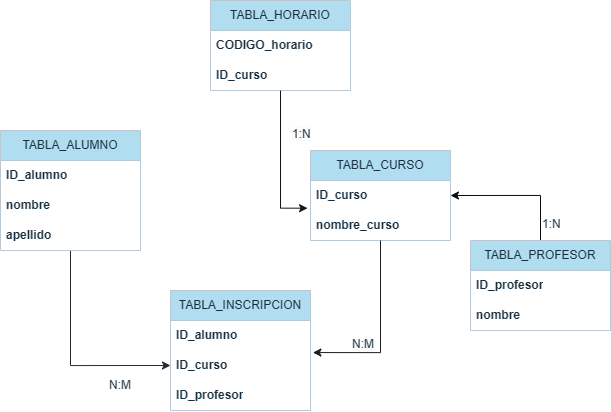
This is hecho/Diagrama sin título.drawio.png from royaleclash/apuntes, a draw.io export, as it was before one commit. Source tidied: cells renumbered, new cells last; positions are measured from the earlier drawing's top-left corner, leaving out a move shared by most shapes.
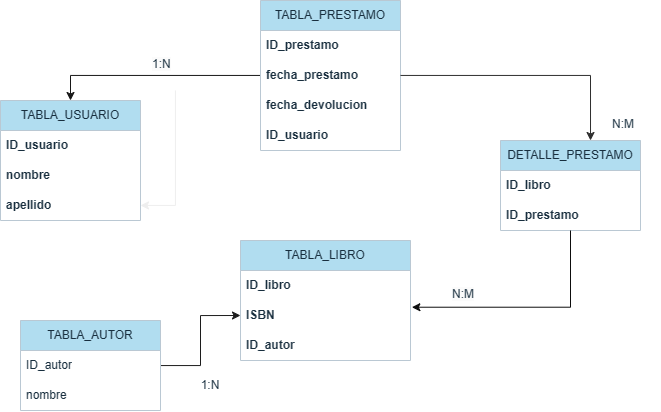
The same diagram one commit later.

Commit message:
Actualizar Diagrama sin título.LIBRO.png

The edit, as a diff of the source:
```diff
@@ -2,34 +2,28 @@
   <root>
     <mxCell id="0" />
     <mxCell id="1" parent="0" />
+    <mxCell id="27" style="edgeStyle=orthogonalEdgeStyle;rounded=0;jettySize=auto;html=1;entryX=0.5;entryY=0;entryDx=0;entryDy=0;strokeColor=#171717;fontColor=#FFFFFF;" parent="1" edge="1" source="2" target="10">
+      <mxGeometry relative="1" as="geometry" />
+    </mxCell>
-    <mxCell id="2" value="TABLA_CURSO" style="swimlane;fontStyle=0;horizontal=1;startSize=30;whiteSpace=wrap;html=1;labelBackgroundColor=none;fillColor=#B1DDF0;strokeColor=#BAC8D3;fontColor=#182E3E;" parent="1" vertex="1">
-      <mxGeometry x="310" y="150" width="140" height="90" as="geometry" />
+    <mxCell id="2" value="TABLA_PRESTAMO" style="swimlane;fontStyle=0;horizontal=1;startSize=30;whiteSpace=wrap;html=1;labelBackgroundColor=none;fillColor=#B1DDF0;strokeColor=#BAC8D3;fontColor=#182E3E;" parent="1" vertex="1">
+      <mxGeometry x="250" y="-20" width="140" height="150" as="geometry" />
     </mxCell>
-    <mxCell id="3" value="ID_curso" style="text;strokeColor=none;fillColor=none;align=left;verticalAlign=middle;spacingLeft=4;spacingRight=4;overflow=hidden;points=[[0,0.5],[1,0.5]];portConstraint=eastwest;whiteSpace=wrap;html=1;fontColor=#182E3E;fontStyle=1;" parent="2" vertex="1">
+    <mxCell id="3" value="ID_prestamo" style="text;strokeColor=none;fillColor=none;align=left;verticalAlign=middle;spacingLeft=4;spacingRight=4;overflow=hidden;points=[[0,0.5],[1,0.5]];portConstraint=eastwest;whiteSpace=wrap;html=1;fontColor=#182E3E;fontStyle=1;" parent="2" vertex="1">
       <mxGeometry y="30" width="140" height="30" as="geometry" />
     </mxCell>
-    <mxCell id="4" value="nombre_curso" style="text;strokeColor=none;fillColor=none;align=left;verticalAlign=middle;spacingLeft=4;spacingRight=4;overflow=hidden;whiteSpace=wrap;html=1;fontColor=#182E3E;fontStyle=1;" parent="2" vertex="1">
-      <mxGeometry y="60" width="140" height="30" as="geometry" />
-    </mxCell>
-    <mxCell id="5" value="TABLA_INSCRIPCION" style="swimlane;fontStyle=0;horizontal=1;startSize=30;whiteSpace=wrap;html=1;labelBackgroundColor=none;fillColor=#B1DDF0;strokeColor=#BAC8D3;fontColor=#182E3E;" parent="1" vertex="1">
-      <mxGeometry x="170" y="290" width="140" height="120" as="geometry" />
-    </mxCell>
-    <mxCell id="6" value="ID_alumno" style="text;strokeColor=none;fillColor=none;align=left;verticalAlign=middle;spacingLeft=4;spacingRight=4;overflow=hidden;whiteSpace=wrap;html=1;fontColor=#182E3E;fontStyle=1;" parent="5" vertex="1">
-      <mxGeometry y="30" width="140" height="30" as="geometry" />
-    </mxCell>
-    <mxCell id="7" value="ID_curso" style="text;strokeColor=none;fillColor=none;align=left;verticalAlign=middle;spacingLeft=4;spacingRight=4;overflow=hidden;points=[[0,0.5],[1,0.5]];portConstraint=eastwest;whiteSpace=wrap;html=1;fontColor=#182E3E;fontStyle=1;" parent="5" vertex="1">
-      <mxGeometry y="60" width="140" height="30" as="geometry" />
-    </mxCell>
-    <mxCell id="8" value="ID_profesor" style="text;strokeColor=none;fillColor=none;align=left;verticalAlign=middle;spacingLeft=4;spacingRight=4;overflow=hidden;whiteSpace=wrap;html=1;fontColor=#182E3E;fontStyle=1;" parent="5" vertex="1">
-      <mxGeometry y="90" width="140" height="30" as="geometry" />
-    </mxCell>
-    <mxCell id="9" style="edgeStyle=orthogonalEdgeStyle;rounded=0;jettySize=auto;html=1;entryX=0;entryY=0.5;entryDx=0;entryDy=0;strokeColor=#292929;fontColor=#FFFFFF;" parent="1" edge="1" source="10" target="7">
-      <mxGeometry relative="1" as="geometry" />
-    </mxCell>
+    <mxCell id="28" value="fecha_prestamo" style="text;strokeColor=none;fillColor=none;align=left;verticalAlign=middle;spacingLeft=4;spacingRight=4;overflow=hidden;whiteSpace=wrap;html=1;fontColor=#182E3E;fontStyle=1;" parent="2" vertex="1">
+      <mxGeometry y="60" width="140" height="30" as="geometry" />
+    </mxCell>
+    <mxCell id="29" value="fecha_devolucion" style="text;strokeColor=none;fillColor=none;align=left;verticalAlign=middle;spacingLeft=4;spacingRight=4;overflow=hidden;whiteSpace=wrap;html=1;fontColor=#182E3E;fontStyle=1;" parent="2" vertex="1">
+      <mxGeometry y="90" width="140" height="30" as="geometry" />
+    </mxCell>
+    <mxCell id="30" value="ID_usuario" style="text;strokeColor=none;fillColor=none;align=left;verticalAlign=middle;spacingLeft=4;spacingRight=4;overflow=hidden;whiteSpace=wrap;html=1;fontColor=#182E3E;fontStyle=1;" parent="2" vertex="1">
+      <mxGeometry y="120" width="140" height="30" as="geometry" />
+    </mxCell>
-    <mxCell id="10" value="TABLA_ALUMNO" style="swimlane;fontStyle=0;horizontal=1;startSize=30;whiteSpace=wrap;html=1;labelBackgroundColor=none;fillColor=#B1DDF0;strokeColor=#BAC8D3;fontColor=#182E3E;" parent="1" vertex="1">
-      <mxGeometry y="130" width="140" height="120" as="geometry" />
+    <mxCell id="10" value="TABLA_USUARIO" style="swimlane;fontStyle=0;horizontal=1;startSize=30;whiteSpace=wrap;html=1;labelBackgroundColor=none;fillColor=#B1DDF0;strokeColor=#BAC8D3;fontColor=#182E3E;" parent="1" vertex="1">
+      <mxGeometry x="-10" y="80" width="140" height="120" as="geometry" />
     </mxCell>
-    <mxCell id="11" value="ID_alumno" style="text;strokeColor=none;fillColor=none;align=left;verticalAlign=middle;spacingLeft=4;spacingRight=4;overflow=hidden;whiteSpace=wrap;html=1;fontColor=#182E3E;fontStyle=1;" parent="10" vertex="1">
+    <mxCell id="11" value="ID_usuario" style="text;strokeColor=none;fillColor=none;align=left;verticalAlign=middle;spacingLeft=4;spacingRight=4;overflow=hidden;whiteSpace=wrap;html=1;fontColor=#182E3E;fontStyle=1;" parent="10" vertex="1">
       <mxGeometry y="30" width="140" height="30" as="geometry" />
     </mxCell>
     <mxCell id="12" value="nombre" style="text;strokeColor=none;fillColor=none;align=left;verticalAlign=middle;spacingLeft=4;spacingRight=4;overflow=hidden;whiteSpace=wrap;html=1;fontColor=#182E3E;fontStyle=1;" parent="10" vertex="1">
@@ -38,44 +32,59 @@
     <mxCell id="13" value="apellido" style="text;strokeColor=none;fillColor=none;align=left;verticalAlign=middle;spacingLeft=4;spacingRight=4;overflow=hidden;points=[[0,0.5],[1,0.5]];portConstraint=eastwest;whiteSpace=wrap;html=1;fontColor=#182E3E;fontStyle=1;" parent="10" vertex="1">
       <mxGeometry y="90" width="140" height="30" as="geometry" />
     </mxCell>
-    <mxCell id="14" style="edgeStyle=orthogonalEdgeStyle;rounded=0;jettySize=auto;html=1;entryX=1;entryY=0.5;entryDx=0;entryDy=0;strokeColor=#0D0D0D;fontColor=#FFFFFF;" parent="1" edge="1" source="15" target="3">
-      <mxGeometry relative="1" as="geometry" />
-    </mxCell>
-    <mxCell id="15" value="TABLA_PROFESOR" style="swimlane;fontStyle=0;horizontal=1;startSize=30;whiteSpace=wrap;html=1;labelBackgroundColor=none;fillColor=#B1DDF0;strokeColor=#BAC8D3;fontColor=#182E3E;" parent="1" vertex="1">
-      <mxGeometry x="470" y="240" width="140" height="90" as="geometry" />
-    </mxCell>
-    <mxCell id="16" value="ID_profesor" style="text;strokeColor=none;fillColor=none;align=left;verticalAlign=middle;spacingLeft=4;spacingRight=4;overflow=hidden;whiteSpace=wrap;html=1;fontColor=#182E3E;fontStyle=1;" parent="15" vertex="1">
-      <mxGeometry y="30" width="140" height="30" as="geometry" />
-    </mxCell>
-    <mxCell id="17" value="nombre" style="text;strokeColor=none;fillColor=none;align=left;verticalAlign=middle;spacingLeft=4;spacingRight=4;overflow=hidden;whiteSpace=wrap;html=1;fontColor=#182E3E;fontStyle=1;" parent="15" vertex="1">
-      <mxGeometry y="60" width="140" height="30" as="geometry" />
-    </mxCell>
-    <mxCell id="18" value="TABLA_HORARIO" style="swimlane;fontStyle=0;horizontal=1;startSize=30;whiteSpace=wrap;html=1;labelBackgroundColor=none;fillColor=#B1DDF0;strokeColor=#BAC8D3;fontColor=#182E3E;" parent="1" vertex="1">
-      <mxGeometry x="210" width="140" height="90" as="geometry" />
+    <mxCell id="18" value="TABLA_LIBRO" style="swimlane;fontStyle=0;horizontal=1;startSize=30;whiteSpace=wrap;html=1;labelBackgroundColor=none;fillColor=#B1DDF0;strokeColor=#BAC8D3;fontColor=#182E3E;" parent="1" vertex="1">
+      <mxGeometry x="230" y="220" width="170" height="120" as="geometry" />
     </mxCell>
-    <mxCell id="19" value="CODIGO_horario" style="text;strokeColor=none;fillColor=none;align=left;verticalAlign=middle;spacingLeft=4;spacingRight=4;overflow=hidden;whiteSpace=wrap;html=1;fontColor=#182E3E;fontStyle=1;" parent="18" vertex="1">
-      <mxGeometry y="30" width="140" height="30" as="geometry" />
+    <mxCell id="19" value="ID_libro" style="text;strokeColor=none;fillColor=none;align=left;verticalAlign=middle;spacingLeft=4;spacingRight=4;overflow=hidden;whiteSpace=wrap;html=1;fontColor=#182E3E;fontStyle=1;" parent="18" vertex="1">
+      <mxGeometry y="30" width="170" height="30" as="geometry" />
     </mxCell>
-    <mxCell id="20" value="ID_curso" style="text;strokeColor=none;fillColor=none;align=left;verticalAlign=middle;spacingLeft=4;spacingRight=4;overflow=hidden;points=[[0,0.5],[1,0.5]];portConstraint=eastwest;whiteSpace=wrap;html=1;fontColor=#182E3E;fontStyle=1;" parent="18" vertex="1">
-      <mxGeometry y="60" width="140" height="30" as="geometry" />
+    <mxCell id="20" value="ISBN" style="text;strokeColor=none;fillColor=none;align=left;verticalAlign=middle;spacingLeft=4;spacingRight=4;overflow=hidden;points=[[0,0.5],[1,0.5]];portConstraint=eastwest;whiteSpace=wrap;html=1;fontColor=#182E3E;fontStyle=1;" parent="18" vertex="1">
+      <mxGeometry y="60" width="170" height="30" as="geometry" />
     </mxCell>
-    <mxCell id="21" style="edgeStyle=orthogonalEdgeStyle;rounded=0;jettySize=auto;html=1;entryX=-0.021;entryY=0.923;entryDx=0;entryDy=0;entryPerimeter=0;strokeColor=#141414;fontColor=#FFFFFF;" parent="1" edge="1" source="18" target="3">
-      <mxGeometry relative="1" as="geometry" />
-    </mxCell>
-    <mxCell id="22" style="edgeStyle=orthogonalEdgeStyle;rounded=0;jettySize=auto;html=1;entryX=1.017;entryY=0.069;entryDx=0;entryDy=0;entryPerimeter=0;strokeColor=#1C1C1C;fontColor=#FFFFFF;" parent="1" edge="1" source="2" target="7">
-      <mxGeometry relative="1" as="geometry" />
-    </mxCell>
+    <mxCell id="31" value="ID_autor" style="text;strokeColor=none;fillColor=none;align=left;verticalAlign=middle;spacingLeft=4;spacingRight=4;overflow=hidden;whiteSpace=wrap;html=1;fontColor=#182E3E;fontStyle=1;" parent="18" vertex="1">
+      <mxGeometry y="90" width="170" height="30" as="geometry" />
+    </mxCell>
+    <mxCell id="32" style="edgeStyle=orthogonalEdgeStyle;rounded=0;jettySize=auto;html=1;entryX=0;entryY=0.5;entryDx=0;entryDy=0;strokeColor=#1c1c1c;fontColor=#FFFFFF;" parent="1" edge="1" source="33" target="20">
+      <mxGeometry relative="1" as="geometry" />
+    </mxCell>
+    <mxCell id="33" value="TABLA_AUTOR" style="swimlane;fontStyle=0;horizontal=1;startSize=30;whiteSpace=wrap;html=1;strokeColor=#BAC8D3;fontColor=#182E3E;fillColor=#B1DDF0;" parent="1" vertex="1">
+      <mxGeometry x="10" y="300" width="140" height="90" as="geometry" />
+    </mxCell>
+    <mxCell id="34" value="ID_autor" style="text;strokeColor=none;fillColor=none;align=left;verticalAlign=middle;spacingLeft=4;spacingRight=4;overflow=hidden;whiteSpace=wrap;html=1;fontColor=#182E3E;" parent="33" vertex="1">
+      <mxGeometry y="30" width="140" height="30" as="geometry" />
+    </mxCell>
+    <mxCell id="17" value="nombre" style="text;strokeColor=none;fillColor=none;align=left;verticalAlign=middle;spacingLeft=4;spacingRight=4;overflow=hidden;whiteSpace=wrap;html=1;fontColor=#182E3E;" parent="33" vertex="1">
+      <mxGeometry y="60" width="140" height="30" as="geometry" />
+    </mxCell>
+    <mxCell id="35" value="DETALLE_PRESTAMO" style="swimlane;fontStyle=0;horizontal=1;startSize=30;whiteSpace=wrap;html=1;strokeColor=#BAC8D3;fontColor=#182E3E;fillColor=#B1DDF0;" parent="1" vertex="1">
+      <mxGeometry x="490" y="120" width="140" height="90" as="geometry" />
+    </mxCell>
+    <mxCell id="36" value="ID_libro" style="text;strokeColor=none;fillColor=none;align=left;verticalAlign=middle;spacingLeft=4;spacingRight=4;overflow=hidden;whiteSpace=wrap;html=1;fontColor=#182E3E;fontStyle=1;" parent="35" vertex="1">
+      <mxGeometry y="30" width="140" height="30" as="geometry" />
+    </mxCell>
+    <mxCell id="37" value="ID_prestamo" style="text;strokeColor=none;fillColor=none;align=left;verticalAlign=middle;spacingLeft=4;spacingRight=4;overflow=hidden;whiteSpace=wrap;html=1;fontColor=#182E3E;fontStyle=1;" parent="35" vertex="1">
+      <mxGeometry y="60" width="140" height="30" as="geometry" />
+    </mxCell>
+    <mxCell id="38" style="edgeStyle=orthogonalEdgeStyle;rounded=0;jettySize=auto;html=1;entryX=0.643;entryY=0;entryDx=0;entryDy=0;entryPerimeter=0;strokeColor=#2E2E2E;fontColor=#FFFFFF;" parent="1" edge="1" source="2" target="35">
+      <mxGeometry relative="1" as="geometry" />
+    </mxCell>
+    <mxCell id="39" style="edgeStyle=orthogonalEdgeStyle;rounded=0;jettySize=auto;html=1;entryX=1.008;entryY=0.224;entryDx=0;entryDy=0;entryPerimeter=0;strokeColor=#0D0D0D;fontColor=#FFFFFF;" parent="1" edge="1" source="35" target="20">
+      <mxGeometry relative="1" as="geometry" />
+    </mxCell>
+    <mxCell id="26" value="1:N" style="text;html=1;align=center;verticalAlign=middle;whiteSpace=wrap;rounded=0;fontColor=#182E3E;" parent="1" vertex="1">
+      <mxGeometry x="170" y="350" width="60" height="30" as="geometry" />
+    </mxCell>
+    <mxCell id="40" style="edgeStyle=orthogonalEdgeStyle;rounded=0;jettySize=auto;html=1;strokeColor=#EEEEEE;fontColor=#FFFFFF;" parent="1" edge="1" source="25" target="13">
+      <mxGeometry relative="1" as="geometry" />
+    </mxCell>
+    <mxCell id="25" value="&lt;span style=&quot;color: rgb(24, 46, 62); font-family: Helvetica; font-size: 12px; font-style: normal; font-variant-ligatures: normal; font-variant-caps: normal; font-weight: 400; letter-spacing: normal; orphans: 2; text-align: center; text-indent: 0px; text-transform: none; widows: 2; word-spacing: 0px; -webkit-text-stroke-width: 0px; white-space: normal; background-color: rgb(251, 251, 251); text-decoration-thickness: initial; text-decoration-style: initial; text-decoration-color: initial; display: inline !important; float: none;&quot;&gt;1:N&lt;/span&gt;" style="text;whiteSpace=wrap;html=1;fontColor=#182E3E;" parent="1" vertex="1">
+      <mxGeometry x="140" y="30" width="50" height="40" as="geometry" />
+    </mxCell>
-    <mxCell id="23" value="N:M" style="text;html=1;align=center;verticalAlign=middle;whiteSpace=wrap;rounded=0;fontColor=#182E3E;" parent="1" vertex="1">
-      <mxGeometry x="90" y="370" width="60" height="30" as="geometry" />
+    <mxCell id="23" value="&lt;div style=&quot;text-align: center;&quot;&gt;N:M&lt;br&gt;&lt;/div&gt;" style="text;whiteSpace=wrap;html=1;fontColor=#182E3E;" parent="1" vertex="1">
+      <mxGeometry x="600" y="90" width="50" height="40" as="geometry" />
     </mxCell>
     <mxCell id="24" value="&lt;span style=&quot;color: rgb(24, 46, 62); font-family: Helvetica; font-size: 12px; font-style: normal; font-variant-ligatures: normal; font-variant-caps: normal; font-weight: 400; letter-spacing: normal; orphans: 2; text-align: center; text-indent: 0px; text-transform: none; widows: 2; word-spacing: 0px; -webkit-text-stroke-width: 0px; white-space: normal; background-color: rgb(251, 251, 251); text-decoration-thickness: initial; text-decoration-style: initial; text-decoration-color: initial; display: inline !important; float: none;&quot;&gt;N:M&lt;/span&gt;" style="text;whiteSpace=wrap;html=1;fontColor=#182E3E;" parent="1" vertex="1">
-      <mxGeometry x="350" y="330" width="60" height="40" as="geometry" />
+      <mxGeometry x="440" y="260" width="60" height="40" as="geometry" />
     </mxCell>
-    <mxCell id="25" value="&lt;span style=&quot;color: rgb(24, 46, 62); font-family: Helvetica; font-size: 12px; font-style: normal; font-variant-ligatures: normal; font-variant-caps: normal; font-weight: 400; letter-spacing: normal; orphans: 2; text-align: center; text-indent: 0px; text-transform: none; widows: 2; word-spacing: 0px; -webkit-text-stroke-width: 0px; white-space: normal; background-color: rgb(251, 251, 251); text-decoration-thickness: initial; text-decoration-style: initial; text-decoration-color: initial; display: inline !important; float: none;&quot;&gt;1:N&lt;/span&gt;" style="text;whiteSpace=wrap;html=1;fontColor=#182E3E;" parent="1" vertex="1">
-      <mxGeometry x="290" y="120" width="60" height="40" as="geometry" />
-    </mxCell>
-    <mxCell id="26" value="&lt;div style=&quot;text-align: center;&quot;&gt;&lt;span style=&quot;background-color: initial;&quot;&gt;1:N&lt;/span&gt;&lt;/div&gt;" style="text;whiteSpace=wrap;html=1;fontColor=#182E3E;" parent="1" vertex="1">
-      <mxGeometry x="540" y="210" width="60" height="40" as="geometry" />
-    </mxCell>
   </root>
 </mxGraphModel>
```
